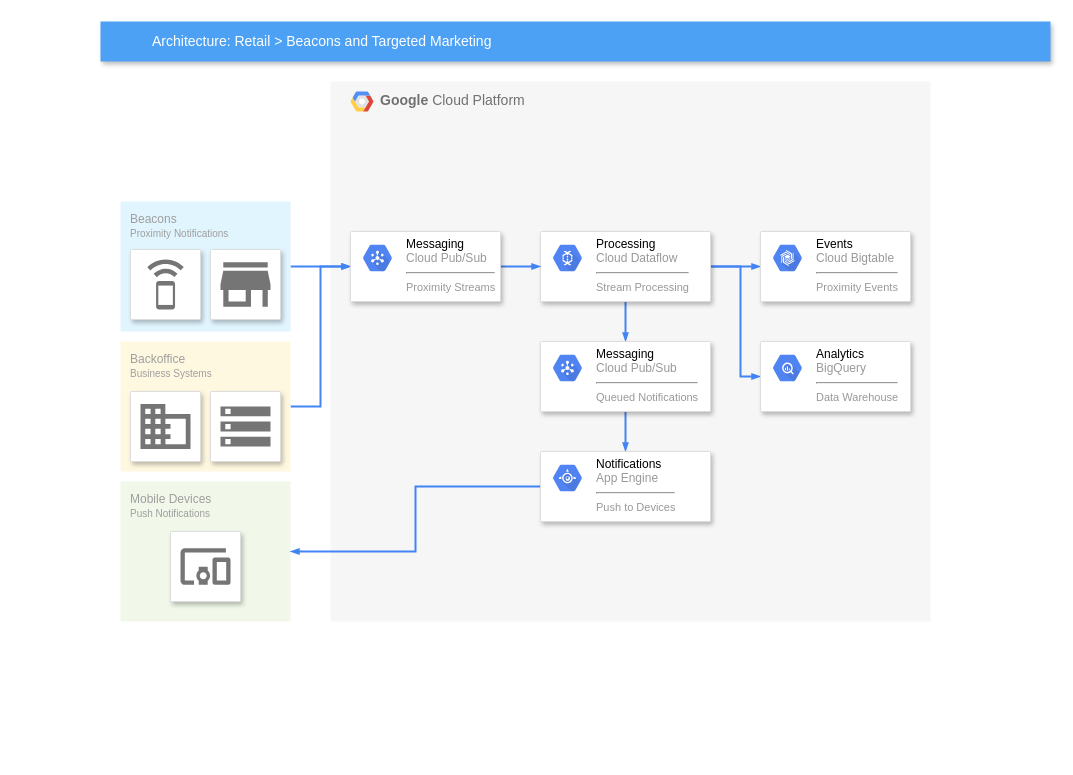
This is _layouts/Untitled Diagram.drawio from Abe2038/github-slideshow, a draw.io file, before an edit. Source tidied: cells renumbered, new cells numbered last; positions are measured from the earlier drawing's top-left corner, leaving out a move shared by most shapes. Both pictures are drawn from the tidied source at 100%, with x=0, y=0 at pixel (100, 21).
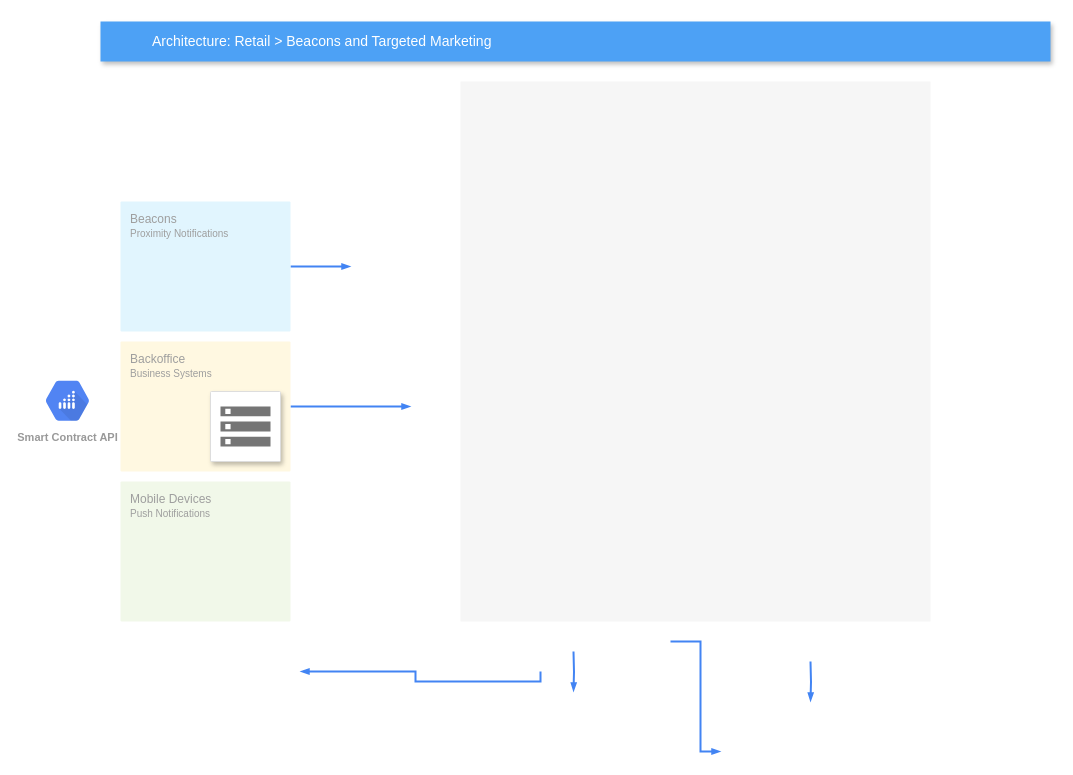
After the change.

The change refers to these unchanged cells:
```xml
<mxCell id="6" value="Beacons&lt;br&gt;&lt;font style=&quot;font-size: 10px&quot;&gt;Proximity Notifications&lt;/font&gt;&lt;br&gt;" style="rounded=1;absoluteArcSize=1;arcSize=2;html=1;strokeColor=none;gradientColor=none;shadow=0;dashed=0;fontSize=12;fontColor=#9E9E9E;align=left;verticalAlign=top;spacing=10;spacingTop=-4;fillColor=#E1F5FE;" parent="1" vertex="1">
  <mxGeometry x="20" y="180" width="170" height="130" as="geometry" />
</mxCell>
<mxCell id="8" value="Backoffice&lt;br&gt;&lt;font style=&quot;font-size: 10px&quot;&gt;Business Systems&lt;/font&gt;&lt;br&gt;" style="rounded=1;absoluteArcSize=1;arcSize=2;html=1;strokeColor=none;gradientColor=none;shadow=0;dashed=0;fontSize=12;fontColor=#9E9E9E;align=left;verticalAlign=top;spacing=10;spacingTop=-4;fillColor=#FFF8E1;" parent="1" vertex="1">
  <mxGeometry x="20" y="320" width="170" height="130" as="geometry" />
</mxCell>
<mxCell id="9" value="Mobile Devices&lt;br&gt;&lt;font style=&quot;font-size: 10px&quot;&gt;Push Notifications&lt;/font&gt;&lt;br&gt;" style="rounded=1;absoluteArcSize=1;arcSize=2;html=1;strokeColor=none;gradientColor=none;shadow=0;dashed=0;fontSize=12;fontColor=#9E9E9E;align=left;verticalAlign=top;spacing=10;spacingTop=-4;fillColor=#F1F8E9;" parent="1" vertex="1">
  <mxGeometry x="20" y="460" width="170" height="140" as="geometry" />
</mxCell>
```

Diff of the diagram source:
```diff
@@
-    <mxCell id="2" value="&lt;b&gt;Google &lt;/b&gt;Cloud Platform" style="fillColor=#F6F6F6;strokeColor=none;shadow=0;gradientColor=none;fontSize=14;align=left;spacing=10;fontColor=#717171;9E9E9E;verticalAlign=top;spacingTop=-4;fontStyle=0;spacingLeft=40;html=1;" parent="1" vertex="1">
-      <mxGeometry x="230" y="60" width="600" height="540" as="geometry" />
+    <mxCell id="2" style="fillColor=#F6F6F6;strokeColor=none;shadow=0;gradientColor=none;fontSize=14;align=left;spacing=10;fontColor=#717171;9E9E9E;verticalAlign=top;spacingTop=-4;fontStyle=0;spacingLeft=40;html=1;" parent="1" vertex="1">
+      <mxGeometry x="360" y="60" width="470" height="540" as="geometry" />
     </mxCell>
-    <mxCell id="3" style="shape=mxgraph.gcp2.google_cloud_platform;fillColor=#F6F6F6;strokeColor=none;shadow=0;gradientColor=none;" parent="2" vertex="1">
-      <mxGeometry width="23" height="20" relative="1" as="geometry">
-        <mxPoint x="20" y="10" as="offset" />
-      </mxGeometry>
-    </mxCell>
@@
-    <mxCell id="5" style="edgeStyle=orthogonalEdgeStyle;rounded=0;html=1;labelBackgroundColor=none;startFill=1;startSize=4;endArrow=blockThin;endFill=1;endSize=4;jettySize=auto;strokeColor=#4284F3;strokeWidth=2;fontSize=12;fontColor=#000000;align=center;dashed=0;" parent="1" edge="1" source="6" target="26">
-      <mxGeometry relative="1" as="geometry" />
+    <mxCell id="5" style="edgeStyle=orthogonalEdgeStyle;rounded=0;html=1;labelBackgroundColor=none;startFill=1;startSize=4;endArrow=blockThin;endFill=1;endSize=4;jettySize=auto;strokeColor=#4284F3;strokeWidth=2;fontSize=12;fontColor=#000000;align=center;dashed=0;" parent="1" edge="1" source="6">
+      <mxGeometry relative="1" as="geometry">
+        <mxPoint x="250" y="245" as="targetPoint" />
+      </mxGeometry>
     </mxCell>
@@
-    <mxCell id="7" style="edgeStyle=orthogonalEdgeStyle;rounded=0;html=1;labelBackgroundColor=none;startFill=1;startSize=4;endArrow=blockThin;endFill=1;endSize=4;jettySize=auto;strokeColor=#4284F3;strokeWidth=2;fontSize=12;fontColor=#000000;align=center;dashed=0;" parent="1" edge="1" source="8" target="26">
+    <mxCell id="7" style="edgeStyle=orthogonalEdgeStyle;rounded=0;html=1;labelBackgroundColor=none;startFill=1;startSize=4;endArrow=blockThin;endFill=1;endSize=4;jettySize=auto;strokeColor=#4284F3;strokeWidth=2;fontSize=12;fontColor=#000000;align=center;dashed=0;" parent="1" edge="1" source="8">
       <mxGeometry relative="1" as="geometry">
+        <mxPoint x="310" y="385" as="targetPoint" />
         <Array as="points">
-          <mxPoint x="220" y="385" />
-          <mxPoint x="220" y="245" />
+          <mxPoint x="270" y="385" />
+          <mxPoint x="270" y="385" />
         </Array>
       </mxGeometry>
     </mxCell>
@@
-    <mxCell id="10" style="strokeColor=#dddddd;fillColor=#ffffff;shadow=1;strokeWidth=1;rounded=1;absoluteArcSize=1;arcSize=2;labelPosition=center;verticalLabelPosition=middle;align=center;verticalAlign=bottom;spacingLeft=0;fontColor=#999999;fontSize=12;whiteSpace=wrap;spacingBottom=2;html=1;" parent="1" vertex="1">
-      <mxGeometry x="30" y="228" width="70" height="70" as="geometry" />
-    </mxCell>
-    <mxCell id="11" style="dashed=0;html=1;fillColor=#757575;strokeColor=none;shape=mxgraph.gcp2.beacon;" parent="10" vertex="1">
-      <mxGeometry x="0.5" width="36.5" height="50" relative="1" as="geometry">
-        <mxPoint x="-18.2" y="10" as="offset" />
-      </mxGeometry>
-    </mxCell>
-    <mxCell id="12" style="strokeColor=#dddddd;fillColor=#ffffff;shadow=1;strokeWidth=1;rounded=1;absoluteArcSize=1;arcSize=2;labelPosition=center;verticalLabelPosition=middle;align=center;verticalAlign=bottom;spacingLeft=0;fontColor=#999999;fontSize=12;whiteSpace=wrap;spacingBottom=2;html=1;" parent="1" vertex="1">
-      <mxGeometry x="110" y="228" width="70" height="70" as="geometry" />
-    </mxCell>
-    <mxCell id="13" style="dashed=0;html=1;fillColor=#757575;strokeColor=none;shape=mxgraph.gcp2.retail;" parent="12" vertex="1">
-      <mxGeometry x="0.5" width="50" height="44.5" relative="1" as="geometry">
-        <mxPoint x="-25" y="12.8" as="offset" />
-      </mxGeometry>
-    </mxCell>
-    <mxCell id="14" style="strokeColor=#dddddd;fillColor=#ffffff;shadow=1;strokeWidth=1;rounded=1;absoluteArcSize=1;arcSize=2;labelPosition=center;verticalLabelPosition=middle;align=center;verticalAlign=bottom;spacingLeft=0;fontColor=#999999;fontSize=12;whiteSpace=wrap;spacingBottom=2;html=1;" parent="1" vertex="1">
-      <mxGeometry x="30" y="370" width="70" height="70" as="geometry" />
-    </mxCell>
-    <mxCell id="15" style="dashed=0;html=1;fillColor=#757575;strokeColor=none;shape=mxgraph.gcp2.database;" parent="14" vertex="1">
-      <mxGeometry x="0.5" width="50" height="45" relative="1" as="geometry">
-        <mxPoint x="-25" y="12.5" as="offset" />
-      </mxGeometry>
-    </mxCell>
@@
-    <mxCell id="18" style="strokeColor=#dddddd;fillColor=#ffffff;shadow=1;strokeWidth=1;rounded=1;absoluteArcSize=1;arcSize=2;labelPosition=center;verticalLabelPosition=middle;align=center;verticalAlign=bottom;spacingLeft=0;fontColor=#999999;fontSize=12;whiteSpace=wrap;spacingBottom=2;html=1;" parent="1" vertex="1">
-      <mxGeometry x="70" y="510" width="70" height="70" as="geometry" />
-    </mxCell>
-    <mxCell id="19" style="dashed=0;html=1;fillColor=#757575;strokeColor=none;shape=mxgraph.gcp2.mobile_devices;" parent="18" vertex="1">
-      <mxGeometry x="0.5" width="50" height="36.5" relative="1" as="geometry">
-        <mxPoint x="-25" y="16.8" as="offset" />
-      </mxGeometry>
-    </mxCell>
-    <mxCell id="20" style="edgeStyle=orthogonalEdgeStyle;rounded=0;html=1;labelBackgroundColor=none;startFill=1;startSize=4;endArrow=blockThin;endFill=1;endSize=4;jettySize=auto;strokeColor=#4284F3;strokeWidth=2;fontSize=12;fontColor=#000000;align=center;dashed=0;" parent="1" edge="1" source="23" target="28">
-      <mxGeometry relative="1" as="geometry" />
-    </mxCell>
-    <mxCell id="21" style="edgeStyle=orthogonalEdgeStyle;rounded=0;html=1;labelBackgroundColor=none;startFill=1;startSize=4;endArrow=blockThin;endFill=1;endSize=4;jettySize=auto;strokeColor=#4284F3;strokeWidth=2;fontSize=12;fontColor=#000000;align=center;dashed=0;" parent="1" edge="1" source="23" target="33">
+    <mxCell id="21" style="edgeStyle=orthogonalEdgeStyle;rounded=0;html=1;labelBackgroundColor=none;startFill=1;startSize=4;endArrow=blockThin;endFill=1;endSize=4;jettySize=auto;orthogonalLoop=1;strokeColor=#4284F3;strokeWidth=2;fontSize=12;fontColor=#000000;align=center;dashed=0;" parent="1" edge="1">
       <mxGeometry relative="1" as="geometry">
+        <mxPoint x="570" y="620" as="sourcePoint" />
+        <mxPoint x="620" y="730" as="targetPoint" />
         <Array as="points">
-          <mxPoint x="640" y="245" />
-          <mxPoint x="640" y="355" />
+          <mxPoint x="600" y="620" />
+          <mxPoint x="600" y="730" />
         </Array>
       </mxGeometry>
     </mxCell>
-    <mxCell id="22" style="edgeStyle=orthogonalEdgeStyle;rounded=0;html=1;labelBackgroundColor=none;startFill=1;startSize=4;endArrow=blockThin;endFill=1;endSize=4;jettySize=auto;strokeColor=#4284F3;strokeWidth=2;fontSize=12;fontColor=#000000;align=center;dashed=0;" parent="1" edge="1" source="23" target="31">
-      <mxGeometry relative="1" as="geometry" />
+    <mxCell id="22" style="edgeStyle=orthogonalEdgeStyle;rounded=0;html=1;labelBackgroundColor=none;startFill=1;startSize=4;endArrow=blockThin;endFill=1;endSize=4;jettySize=auto;orthogonalLoop=1;strokeColor=#4284F3;strokeWidth=2;fontSize=12;fontColor=#000000;align=center;dashed=0;" parent="1" edge="1">
+      <mxGeometry relative="1" as="geometry">
+        <mxPoint x="473" y="630" as="sourcePoint" />
+        <mxPoint x="473" y="670" as="targetPoint" />
+      </mxGeometry>
     </mxCell>
-    <mxCell id="23" style="strokeColor=#dddddd;fillColor=#ffffff;shadow=1;strokeWidth=1;rounded=1;absoluteArcSize=1;arcSize=2;fontSize=10;fontColor=#9E9E9E;align=center;html=1;" parent="1" vertex="1">
-      <mxGeometry x="440" y="210" width="170" height="70" as="geometry" />
-    </mxCell>
-    <mxCell id="24" value="&lt;font color=&quot;#000000&quot;&gt;Processing&lt;/font&gt;&lt;br&gt;Cloud Dataflow&lt;hr&gt;&lt;font style=&quot;font-size: 11px&quot;&gt;Stream Processing&lt;/font&gt;" style="dashed=0;html=1;fillColor=#5184F3;strokeColor=none;shape=mxgraph.gcp2.hexIcon;prIcon=cloud_dataflow;labelPosition=right;verticalLabelPosition=middle;align=left;verticalAlign=top;spacingLeft=5;fontColor=#999999;fontSize=12;spacingTop=-8;" parent="23" vertex="1">
-      <mxGeometry width="44" height="39" relative="1" as="geometry">
-        <mxPoint x="5" y="7" as="offset" />
-      </mxGeometry>
-    </mxCell>
-    <mxCell id="25" style="edgeStyle=orthogonalEdgeStyle;rounded=0;html=1;labelBackgroundColor=none;startFill=1;startSize=4;endArrow=blockThin;endFill=1;endSize=4;jettySize=auto;strokeColor=#4284F3;strokeWidth=2;fontSize=12;fontColor=#000000;align=center;dashed=0;" parent="1" edge="1" source="26" target="23">
-      <mxGeometry relative="1" as="geometry" />
-    </mxCell>
-    <mxCell id="26" style="strokeColor=#dddddd;fillColor=#ffffff;shadow=1;strokeWidth=1;rounded=1;absoluteArcSize=1;arcSize=2;fontSize=10;fontColor=#9E9E9E;align=center;html=1;" parent="1" vertex="1">
-      <mxGeometry x="250" y="210" width="150" height="70" as="geometry" />
-    </mxCell>
-    <mxCell id="27" value="&lt;font color=&quot;#000000&quot;&gt;Messaging&lt;/font&gt;&lt;br&gt;Cloud Pub/Sub&lt;hr&gt;&lt;font style=&quot;font-size: 11px&quot;&gt;Proximity Streams&lt;/font&gt;" style="dashed=0;html=1;fillColor=#5184F3;strokeColor=none;shape=mxgraph.gcp2.hexIcon;prIcon=cloud_pubsub;labelPosition=right;verticalLabelPosition=middle;align=left;verticalAlign=top;spacingLeft=5;fontColor=#999999;fontSize=12;spacingTop=-8;" parent="26" vertex="1">
-      <mxGeometry width="44" height="39" relative="1" as="geometry">
-        <mxPoint x="5" y="7" as="offset" />
-      </mxGeometry>
-    </mxCell>
-    <mxCell id="28" style="strokeColor=#dddddd;fillColor=#ffffff;shadow=1;strokeWidth=1;rounded=1;absoluteArcSize=1;arcSize=2;fontSize=10;fontColor=#9E9E9E;align=center;html=1;" parent="1" vertex="1">
-      <mxGeometry x="660" y="210" width="150" height="70" as="geometry" />
-    </mxCell>
-    <mxCell id="29" value="&lt;font color=&quot;#000000&quot;&gt;Events&lt;/font&gt;&lt;br&gt;Cloud Bigtable&lt;hr&gt;&lt;font style=&quot;font-size: 11px&quot;&gt;Proximity Events&lt;/font&gt;" style="dashed=0;html=1;fillColor=#5184F3;strokeColor=none;shape=mxgraph.gcp2.hexIcon;prIcon=cloud_bigtable;labelPosition=right;verticalLabelPosition=middle;align=left;verticalAlign=top;spacingLeft=5;fontColor=#999999;fontSize=12;spacingTop=-8;" parent="28" vertex="1">
-      <mxGeometry width="44" height="39" relative="1" as="geometry">
-        <mxPoint x="5" y="7" as="offset" />
-      </mxGeometry>
-    </mxCell>
-    <mxCell id="30" style="edgeStyle=orthogonalEdgeStyle;rounded=0;html=1;labelBackgroundColor=none;startFill=1;startSize=4;endArrow=blockThin;endFill=1;endSize=4;jettySize=auto;strokeColor=#4284F3;strokeWidth=2;fontSize=12;fontColor=#000000;align=center;dashed=0;" parent="1" edge="1" source="31" target="36">
-      <mxGeometry relative="1" as="geometry" />
+    <mxCell id="30" style="edgeStyle=orthogonalEdgeStyle;rounded=0;html=1;labelBackgroundColor=none;startFill=1;startSize=4;endArrow=blockThin;endFill=1;endSize=4;jettySize=auto;orthogonalLoop=1;strokeColor=#4284F3;strokeWidth=2;fontSize=12;fontColor=#000000;align=center;dashed=0;" parent="1" edge="1">
+      <mxGeometry relative="1" as="geometry">
+        <mxPoint x="710" y="640" as="sourcePoint" />
+        <mxPoint x="710" y="680" as="targetPoint" />
+      </mxGeometry>
     </mxCell>
-    <mxCell id="31" style="strokeColor=#dddddd;fillColor=#ffffff;shadow=1;strokeWidth=1;rounded=1;absoluteArcSize=1;arcSize=2;fontSize=10;fontColor=#9E9E9E;align=center;html=1;" parent="1" vertex="1">
-      <mxGeometry x="440" y="320" width="170" height="70" as="geometry" />
-    </mxCell>
-    <mxCell id="32" value="&lt;font color=&quot;#000000&quot;&gt;Messaging&lt;/font&gt;&lt;br&gt;Cloud Pub/Sub&lt;hr&gt;&lt;font style=&quot;font-size: 11px&quot;&gt;Queued Notifications&lt;/font&gt;" style="dashed=0;html=1;fillColor=#5184F3;strokeColor=none;shape=mxgraph.gcp2.hexIcon;prIcon=cloud_pubsub;labelPosition=right;verticalLabelPosition=middle;align=left;verticalAlign=top;spacingLeft=5;fontColor=#999999;fontSize=12;spacingTop=-8;" parent="31" vertex="1">
-      <mxGeometry width="44" height="39" relative="1" as="geometry">
-        <mxPoint x="5" y="7" as="offset" />
-      </mxGeometry>
-    </mxCell>
-    <mxCell id="33" style="strokeColor=#dddddd;fillColor=#ffffff;shadow=1;strokeWidth=1;rounded=1;absoluteArcSize=1;arcSize=2;fontSize=10;fontColor=#9E9E9E;align=center;html=1;" parent="1" vertex="1">
-      <mxGeometry x="660" y="320" width="150" height="70" as="geometry" />
-    </mxCell>
-    <mxCell id="34" value="&lt;font color=&quot;#000000&quot;&gt;Analytics&lt;/font&gt;&lt;br&gt;BigQuery&lt;hr&gt;&lt;font style=&quot;font-size: 11px&quot;&gt;Data Warehouse&lt;/font&gt;" style="dashed=0;html=1;fillColor=#5184F3;strokeColor=none;shape=mxgraph.gcp2.hexIcon;prIcon=bigquery;labelPosition=right;verticalLabelPosition=middle;align=left;verticalAlign=top;spacingLeft=5;fontColor=#999999;fontSize=12;spacingTop=-8;" parent="33" vertex="1">
-      <mxGeometry width="44" height="39" relative="1" as="geometry">
-        <mxPoint x="5" y="7" as="offset" />
-      </mxGeometry>
-    </mxCell>
-    <mxCell id="35" style="edgeStyle=orthogonalEdgeStyle;rounded=0;html=1;labelBackgroundColor=none;startFill=1;startSize=4;endArrow=blockThin;endFill=1;endSize=4;jettySize=auto;strokeColor=#4284F3;strokeWidth=2;fontSize=12;fontColor=#000000;align=center;dashed=0;" parent="1" edge="1" source="36" target="9">
-      <mxGeometry relative="1" as="geometry" />
+    <mxCell id="35" style="edgeStyle=orthogonalEdgeStyle;rounded=0;html=1;labelBackgroundColor=none;startFill=1;startSize=4;endArrow=blockThin;endFill=1;endSize=4;jettySize=auto;orthogonalLoop=1;strokeColor=#4284F3;strokeWidth=2;fontSize=12;fontColor=#000000;align=center;dashed=0;" parent="1" edge="1">
+      <mxGeometry relative="1" as="geometry">
+        <mxPoint x="440" y="650" as="sourcePoint" />
+        <mxPoint x="200" y="650" as="targetPoint" />
+        <Array as="points">
+          <mxPoint x="440" y="660" />
+          <mxPoint x="315" y="660" />
+          <mxPoint x="315" y="650" />
+        </Array>
+      </mxGeometry>
     </mxCell>
-    <mxCell id="36" style="strokeColor=#dddddd;fillColor=#ffffff;shadow=1;strokeWidth=1;rounded=1;absoluteArcSize=1;arcSize=2;fontSize=10;fontColor=#9E9E9E;align=center;html=1;" parent="1" vertex="1">
-      <mxGeometry x="440" y="430" width="170" height="70" as="geometry" />
-    </mxCell>
-    <mxCell id="37" value="&lt;font color=&quot;#000000&quot;&gt;Notifications&lt;/font&gt;&lt;br&gt;App Engine&lt;hr&gt;&lt;font style=&quot;font-size: 11px&quot;&gt;Push to Devices&lt;/font&gt;" style="dashed=0;html=1;fillColor=#5184F3;strokeColor=none;shape=mxgraph.gcp2.hexIcon;prIcon=app_engine;labelPosition=right;verticalLabelPosition=middle;align=left;verticalAlign=top;spacingLeft=5;fontColor=#999999;fontSize=12;spacingTop=-8;" parent="36" vertex="1">
-      <mxGeometry width="44" height="39" relative="1" as="geometry">
-        <mxPoint x="5" y="7" as="offset" />
-      </mxGeometry>
-    </mxCell>
+    <mxCell id="38" value="Smart Contract API" style="html=1;fillColor=#5184F3;strokeColor=none;verticalAlign=top;labelPosition=center;verticalLabelPosition=bottom;align=center;spacingTop=-6;fontSize=11;fontStyle=1;fontColor=#999999;shape=mxgraph.gcp2.hexIcon;prIcon=api_monetization;" parent="1" vertex="1">
+      <mxGeometry x="-66" y="350" width="66" height="58.5" as="geometry" />
+    </mxCell>
```
